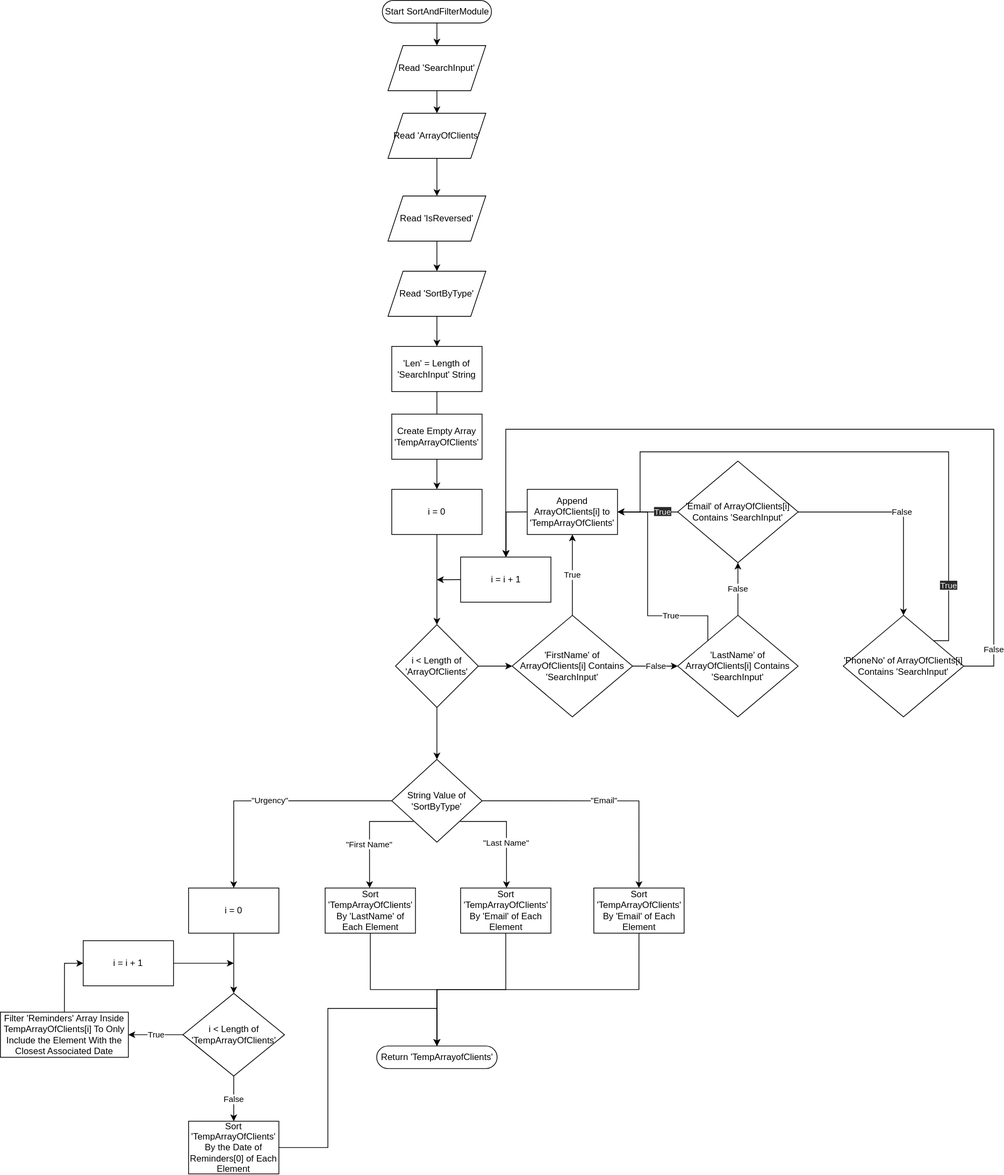
This is docs/module-1/flowchart.drawio.svg from amydevs/property-client-manager, a draw.io export, as it was before one commit. Source tidied: cells renumbered, new cells last; positions are measured from the earlier drawing's top-left corner, leaving out a move shared by most shapes.
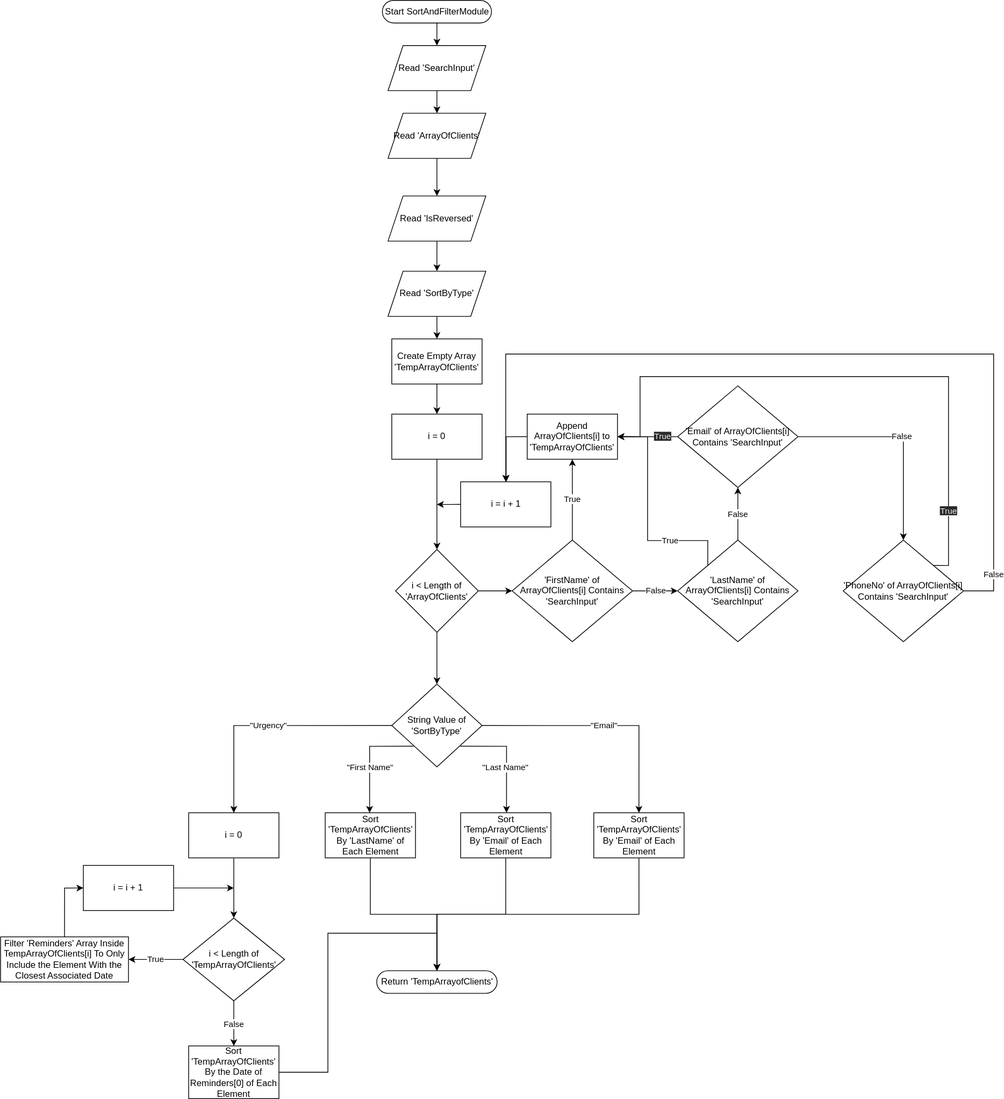
The same file after the commit.

Diff of the diagram source:
```diff
@@ -6,7 +6,7 @@
       <mxGeometry relative="1" as="geometry" />
     </mxCell>
     <mxCell id="3" value="Start SortAndFilterModule" style="html=1;dashed=0;whitespace=wrap;shape=mxgraph.dfd.start;" parent="1" vertex="1">
-      <mxGeometry x="507.5" width="145" height="30" as="geometry" />
+      <mxGeometry x="507.5" y="100" width="145" height="30" as="geometry" />
     </mxCell>
     <mxCell id="4" value="Return 'TempArrayofClients'" style="html=1;dashed=0;whitespace=wrap;shape=mxgraph.dfd.start;" parent="1" vertex="1">
       <mxGeometry x="500" y="1390" width="160" height="30" as="geometry" />
@@ -15,32 +15,29 @@
       <mxGeometry relative="1" as="geometry" />
     </mxCell>
     <mxCell id="6" value="Read 'SearchInput'" style="shape=parallelogram;perimeter=parallelogramPerimeter;whiteSpace=wrap;html=1;fixedSize=1;" parent="1" vertex="1">
-      <mxGeometry x="515" y="60" width="130" height="60" as="geometry" />
+      <mxGeometry x="515" y="160" width="130" height="60" as="geometry" />
     </mxCell>
     <mxCell id="7" style="edgeStyle=orthogonalEdgeStyle;html=1;rounded=0;" parent="1" edge="1" source="8" target="10">
       <mxGeometry relative="1" as="geometry" />
     </mxCell>
     <mxCell id="8" value="Read 'ArrayOfClients'" style="shape=parallelogram;perimeter=parallelogramPerimeter;whiteSpace=wrap;html=1;fixedSize=1;" parent="1" vertex="1">
-      <mxGeometry x="515" y="150" width="130" height="60" as="geometry" />
+      <mxGeometry x="515" y="250" width="130" height="60" as="geometry" />
     </mxCell>
     <mxCell id="9" style="edgeStyle=orthogonalEdgeStyle;html=1;rounded=0;" parent="1" edge="1" source="10" target="12">
       <mxGeometry relative="1" as="geometry" />
     </mxCell>
     <mxCell id="10" value="Read 'IsReversed'" style="shape=parallelogram;perimeter=parallelogramPerimeter;whiteSpace=wrap;html=1;fixedSize=1;" parent="1" vertex="1">
-      <mxGeometry x="515" y="260" width="130" height="60" as="geometry" />
+      <mxGeometry x="515" y="360" width="130" height="60" as="geometry" />
     </mxCell>
-    <mxCell id="11" style="edgeStyle=orthogonalEdgeStyle;rounded=0;html=1;" parent="1" edge="1" source="12" target="14">
-      <mxGeometry relative="1" as="geometry" />
-    </mxCell>
+    <mxCell id="61" style="edgeStyle=none;html=1;exitX=0.5;exitY=1;exitDx=0;exitDy=0;" parent="1" edge="1" source="12" target="32">
+      <mxGeometry relative="1" as="geometry" />
+    </mxCell>
     <mxCell id="12" value="Read 'SortByType'" style="shape=parallelogram;perimeter=parallelogramPerimeter;whiteSpace=wrap;html=1;fixedSize=1;" parent="1" vertex="1">
-      <mxGeometry x="515" y="360" width="130" height="60" as="geometry" />
+      <mxGeometry x="515" y="460" width="130" height="60" as="geometry" />
     </mxCell>
     <mxCell id="13" style="edgeStyle=orthogonalEdgeStyle;html=1;rounded=0;startArrow=none;" parent="1" edge="1" source="32" target="18">
       <mxGeometry relative="1" as="geometry" />
     </mxCell>
-    <mxCell id="14" value="'Len' = Length of 'SearchInput' String" style="rounded=0;whiteSpace=wrap;html=1;" parent="1" vertex="1">
-      <mxGeometry x="520" y="460" width="120" height="60" as="geometry" />
-    </mxCell>
     <mxCell id="15" style="edgeStyle=orthogonalEdgeStyle;rounded=0;html=1;" parent="1" edge="1" source="16" target="41">
       <mxGeometry relative="1" as="geometry" />
     </mxCell>
@@ -117,9 +114,6 @@
     <mxCell id="32" value="Create Empty Array 'TempArrayOfClients'" style="rounded=0;whiteSpace=wrap;html=1;" parent="1" vertex="1">
       <mxGeometry x="520" y="550" width="120" height="60" as="geometry" />
     </mxCell>
-    <mxCell id="33" style="edgeStyle=orthogonalEdgeStyle;html=1;rounded=0;endArrow=none;" parent="1" edge="1" source="14" target="32">
-      <mxGeometry relative="1" as="geometry" />
-    </mxCell>
     <mxCell id="34" style="edgeStyle=orthogonalEdgeStyle;rounded=0;html=1;exitX=0;exitY=0.5;exitDx=0;exitDy=0;entryX=0.5;entryY=0;entryDx=0;entryDy=0;" parent="1" edge="1" source="35" target="54">
       <mxGeometry relative="1" as="geometry">
         <Array as="points">
```
